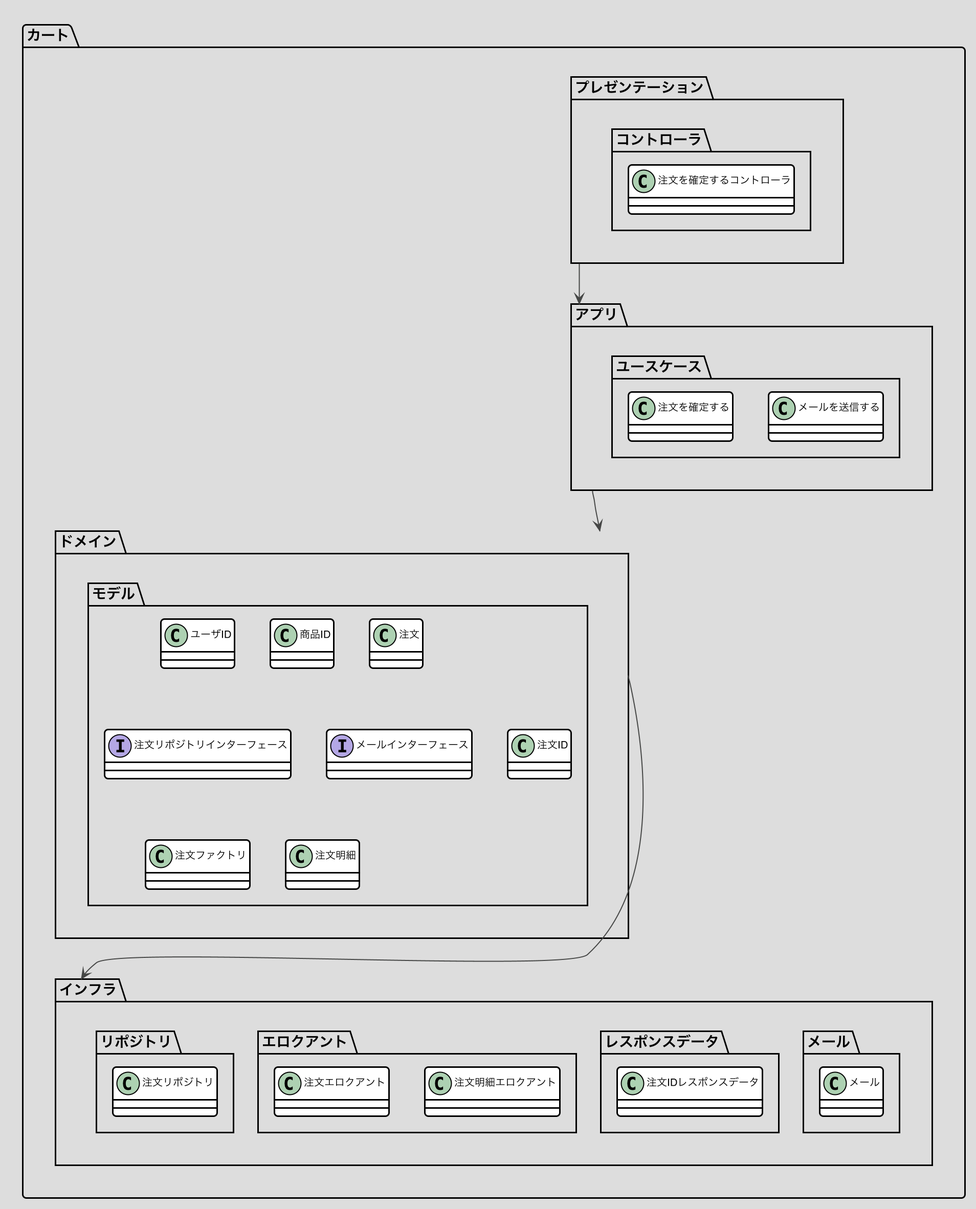
Earlier version of the PlantUML export docs/画像/注文.png (nomura-kainos/japanese-ddd-sample). The source it was exported from:
```plantuml
@startuml

skinparam Actor {
    BackgroundColor black
    BorderColor black
    FontColor 454645
}

skinparam Boundary {
    BackgroundColor white
    BorderColor 454645
    FontColor 454645
}

skinparam Entity {
    BackgroundColor white
    BorderColor 454645
    FontColor 454645
}

skinparam Control {
    BackgroundColor white
    BorderColor 454645
    FontColor 454645
}

skinparam Usecase {
    BackgroundColor white
    BorderColor 999999
}

skinparam Note {
    BackgroundColor white
    BorderColor 454645
    FontColor 454645
}

skinparam Class {
    BackgroundColor white
    BorderColor black
    ArrowColor black
    FontColor black
    FontSize 10
    FontName Helvetica
}

skinparam BackgroundColor DDDDDD
skinparam Shadowing false
skinparam RoundCorner 7
skinparam ArrowColor 454645
skinparam FontColor 454645

プレゼンテーション --> アプリ
アプリ --> ドメイン
ドメイン ----> インフラ

package カート <<Folder>> {
 package プレゼンテーション {
  package コントローラ {
   class 注文を確定するコントローラ
  }
 }
 package アプリ {
  package ユースケース {
   class メールを送信する
   class 注文を確定する
  }
 }
 package ドメイン {
  package モデル {
   class ユーザID
   class 商品ID
   class 注文
   interface 注文リポジトリインターフェース
   interface メールインターフェース
   class 注文ID
   class 注文ファクトリ
   class 注文明細
  }
 }
 package インフラ {
  package メール {
   class メール
  }
  package レスポンスデータ {
   class 注文IDレスポンスデータ
  }
  package エロクアント {
   class 注文明細エロクアント
   class 注文エロクアント
  }
  package リポジトリ {
   class 注文リポジトリ
  }
 }
}
@enduml
```
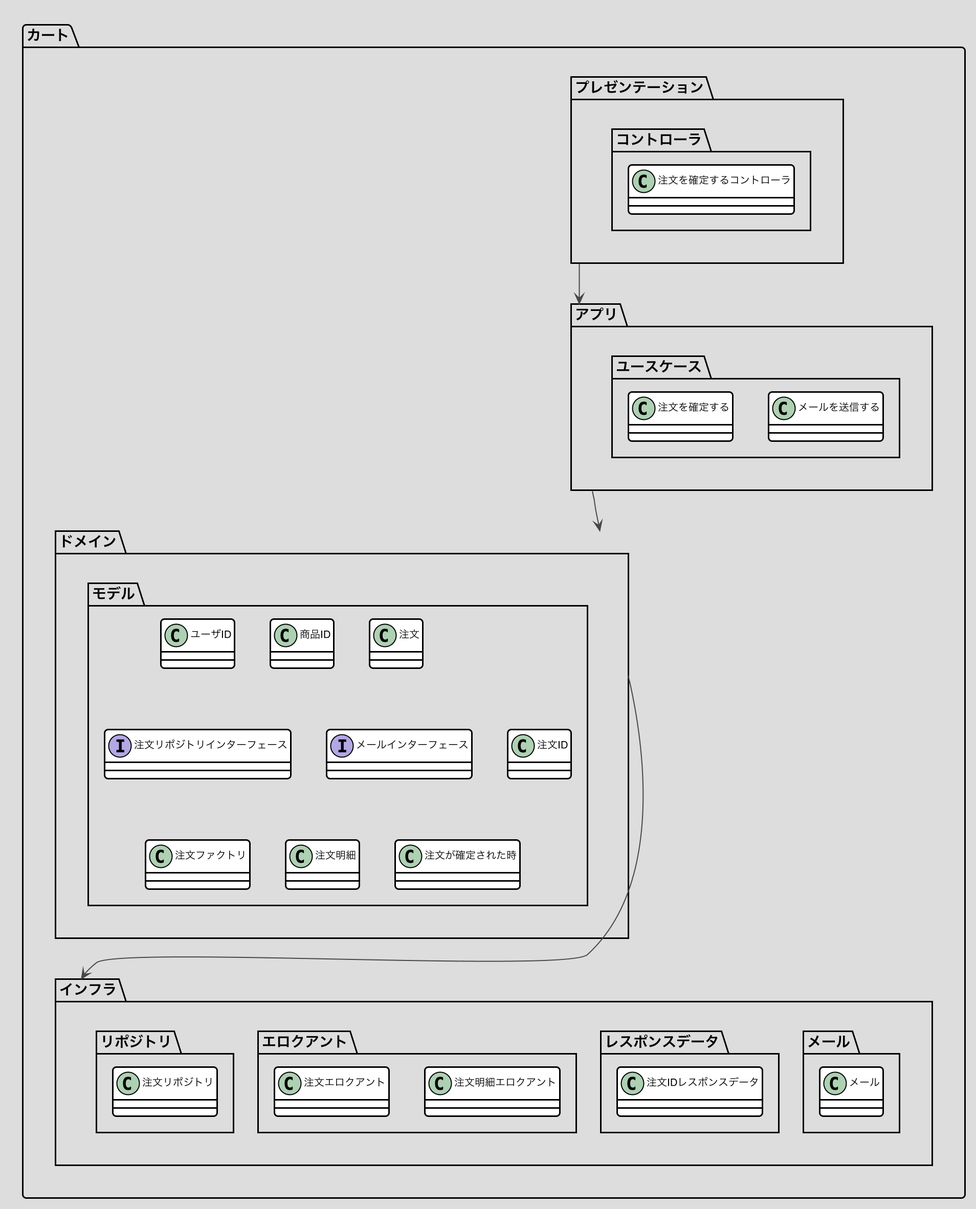
Later version of the same file.

The edit, as a diff of the source:
```diff
@@ -76,6 +76,7 @@
    class 注文ID
    class 注文ファクトリ
    class 注文明細
+   class 注文が確定された時
   }
  }
  package インフラ {
```
